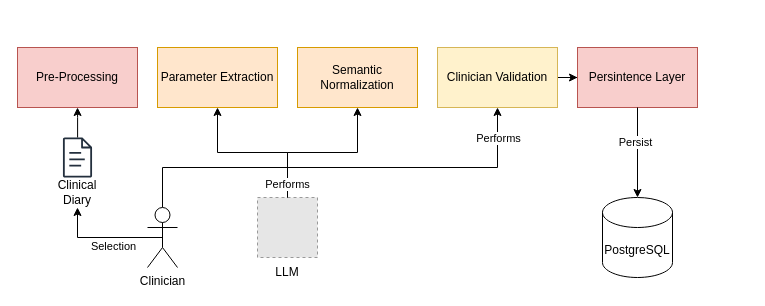
Above: page "Parameter Extraction workflow" (2 of 4) of Flowchart/Flux-doctor_AsIs-ToBe.drawio in McDoritos/Internship---DOCS (draw.io), before the change. Source tidied: cells renumbered, new cells numbered last; positions are measured from the earlier drawing's top-left corner, leaving out a move shared by most shapes. Both pictures are drawn from the tidied source at 100%, with x=0, y=0 at pixel (17, 47). Pictures stored in the file or linked from it are replaced by grey dashed boxes.
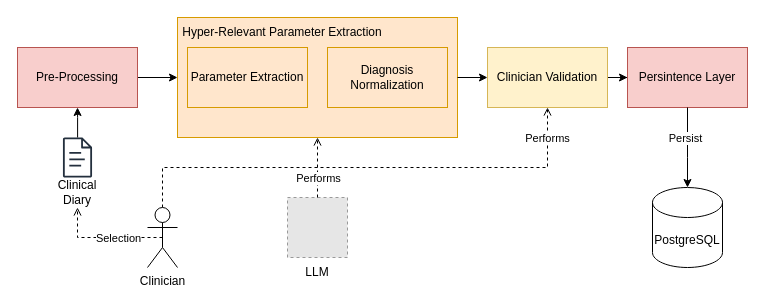
The same page after the edit.

The change refers to these unchanged cells:
```xml
<mxCell id="6" value="Clinician" style="shape=umlActor;verticalLabelPosition=bottom;verticalAlign=top;html=1;outlineConnect=0;" parent="1" vertex="1">
  <mxGeometry x="130" y="160" width="30" height="60" as="geometry" />
</mxCell>
<mxCell id="9" value="Clinical Diary" style="text;html=1;whiteSpace=wrap;strokeColor=none;fillColor=none;align=center;verticalAlign=middle;rounded=0;" parent="7" vertex="1">
  <mxGeometry y="40" width="60" height="30" as="geometry" />
</mxCell>
<mxCell id="10" value="Pre-Processing" style="rounded=0;whiteSpace=wrap;html=1;fillColor=#f8cecc;strokeColor=#b85450;" parent="1" vertex="1">
  <mxGeometry width="120" height="60" as="geometry" />
</mxCell>
<mxCell id="20" style="fillColor=#E6E6E6;strokeColor=#999999;dashed=1;verticalLabelPosition=bottom;labelBackgroundColor=default;verticalAlign=top;" parent="18" vertex="1">
  <mxGeometry width="60" height="60" as="geometry" />
</mxCell>
```

Change to the diagram source:
```diff
@@
-    <mxCell id="2" style="edgeStyle=orthogonalEdgeStyle;rounded=0;jettySize=auto;html=1;entryX=0.5;entryY=1;entryDx=0;entryDy=0;exitX=0.5;exitY=0.5;exitDx=0;exitDy=0;exitPerimeter=0;" parent="1" edge="1" source="6" target="9">
+    <mxCell id="2" style="edgeStyle=orthogonalEdgeStyle;rounded=0;jettySize=auto;html=1;entryX=0.5;entryY=1;entryDx=0;entryDy=0;exitX=0.5;exitY=0.5;exitDx=0;exitDy=0;exitPerimeter=0;dashed=1;endArrow=open;endFill=0;" parent="1" edge="1" source="6" target="9">
       <mxGeometry relative="1" as="geometry">
         <Array as="points">
           <mxPoint x="60" y="190" />
         </Array>
       </mxGeometry>
     </mxCell>
     <mxCell id="3" value="Selection" style="edgeLabel;html=1;align=center;verticalAlign=middle;" parent="2" vertex="1">
       <mxGeometry x="0.09" relative="1" as="geometry">
-        <mxPoint x="13" y="8" as="offset" />
+        <mxPoint x="18" as="offset" />
       </mxGeometry>
     </mxCell>
-    <mxCell id="4" style="edgeStyle=orthogonalEdgeStyle;rounded=0;jettySize=auto;html=1;entryX=0.5;entryY=1;entryDx=0;entryDy=0;" parent="1" edge="1" source="6" target="15">
+    <mxCell id="4" style="edgeStyle=orthogonalEdgeStyle;rounded=0;jettySize=auto;html=1;entryX=0.5;entryY=1;entryDx=0;entryDy=0;dashed=1;endArrow=open;endFill=0;" parent="1" edge="1" source="6" target="15">
       <mxGeometry relative="1" as="geometry">
         <Array as="points">
           <mxPoint x="145" y="120" />
-          <mxPoint x="480" y="120" />
+          <mxPoint x="530" y="120" />
         </Array>
       </mxGeometry>
     </mxCell>
     <mxCell id="5" value="Performs" style="edgeLabel;html=1;align=center;verticalAlign=middle;" parent="4" vertex="1">
       <mxGeometry x="-0.51" y="-2" relative="1" as="geometry">
-        <mxPoint x="268" y="-32" as="offset" />
+        <mxPoint x="305" y="-32" as="offset" />
       </mxGeometry>
     </mxCell>
@@
+    <mxCell id="26" style="edgeStyle=orthogonalEdgeStyle;rounded=0;jettySize=auto;html=1;entryX=0;entryY=0.5;entryDx=0;entryDy=0;" parent="1" edge="1" source="10" target="28">
+      <mxGeometry relative="1" as="geometry" />
+    </mxCell>
@@
-    <mxCell id="12" value="Parameter Extraction" style="rounded=0;whiteSpace=wrap;html=1;fillColor=#ffe6cc;strokeColor=#d79b00;" parent="1" vertex="1">
-      <mxGeometry x="140" width="120" height="60" as="geometry" />
-    </mxCell>
-    <mxCell id="13" value="Semantic Normalization" style="rounded=0;whiteSpace=wrap;html=1;fillColor=#ffe6cc;strokeColor=#d79b00;" parent="1" vertex="1">
-      <mxGeometry x="280" width="120" height="60" as="geometry" />
-    </mxCell>
@@
     <mxCell id="15" value="Clinician Validation" style="rounded=0;whiteSpace=wrap;html=1;fillColor=#fff2cc;strokeColor=#d6b656;" parent="1" vertex="1">
-      <mxGeometry x="420" width="120" height="60" as="geometry" />
+      <mxGeometry x="470" width="120" height="60" as="geometry" />
     </mxCell>
     <mxCell id="16" value="Persintence Layer" style="rounded=0;whiteSpace=wrap;html=1;fillColor=#f8cecc;strokeColor=#b85450;" parent="1" vertex="1">
-      <mxGeometry x="560" width="120" height="60" as="geometry" />
+      <mxGeometry x="610" width="120" height="60" as="geometry" />
     </mxCell>
     <mxCell id="17" value="PostgreSQL" style="shape=cylinder3;whiteSpace=wrap;html=1;boundedLbl=1;backgroundOutline=1;size=15;" parent="1" vertex="1">
-      <mxGeometry x="585" y="150" width="70" height="80" as="geometry" />
+      <mxGeometry x="635" y="140" width="70" height="80" as="geometry" />
     </mxCell>
     <mxCell id="18" style="group;" parent="1" vertex="1">
-      <mxGeometry x="240" y="150" width="60" height="90" as="geometry" />
+      <mxGeometry x="270" y="150" width="60" height="90" as="geometry" />
     </mxCell>
@@
-    <mxCell id="21" style="edgeStyle=orthogonalEdgeStyle;rounded=0;jettySize=auto;html=1;entryX=0.5;entryY=1;entryDx=0;entryDy=0;" parent="1" edge="1" source="20" target="13">
-      <mxGeometry relative="1" as="geometry" />
-    </mxCell>
-    <mxCell id="22" style="edgeStyle=orthogonalEdgeStyle;rounded=0;jettySize=auto;html=1;entryX=0.5;entryY=1;entryDx=0;entryDy=0;" parent="1" edge="1" source="20" target="12">
+    <mxCell id="22" style="edgeStyle=orthogonalEdgeStyle;rounded=0;jettySize=auto;html=1;entryX=0.5;entryY=1;entryDx=0;entryDy=0;dashed=1;endArrow=open;endFill=0;" parent="1" edge="1" source="20" target="28">
       <mxGeometry relative="1" as="geometry" />
     </mxCell>
     <mxCell id="23" value="Performs" style="edgeLabel;html=1;align=center;verticalAlign=middle;" parent="22" vertex="1">
-      <mxGeometry x="-0.82" y="1" relative="1" as="geometry" />
+      <mxGeometry x="-0.82" y="1" relative="1" as="geometry">
+        <mxPoint x="1" y="-15" as="offset" />
+      </mxGeometry>
     </mxCell>
     <mxCell id="24" style="edgeStyle=orthogonalEdgeStyle;rounded=0;jettySize=auto;html=1;entryX=0.5;entryY=0;entryDx=0;entryDy=0;entryPerimeter=0;" parent="1" edge="1" source="16" target="17">
-      <mxGeometry relative="1" as="geometry" />
+      <mxGeometry relative="1" as="geometry">
+        <Array as="points">
+          <mxPoint x="670" y="110" />
+          <mxPoint x="670" y="110" />
+        </Array>
+      </mxGeometry>
     </mxCell>
@@
+    <mxCell id="27" style="group;" parent="1" vertex="1">
+      <mxGeometry x="160" y="-30" width="280" height="120" as="geometry" />
+    </mxCell>
+    <mxCell id="28" style="rounded=0;whiteSpace=wrap;html=1;fillColor=#ffe6cc;strokeColor=#d79b00;shadow=0;" parent="27" vertex="1">
+      <mxGeometry width="280" height="120" as="geometry" />
+    </mxCell>
+    <mxCell id="12" value="Parameter Extraction" style="rounded=0;whiteSpace=wrap;html=1;fillColor=#ffe6cc;strokeColor=#d79b00;" parent="27" vertex="1">
+      <mxGeometry x="10" y="30" width="120" height="60" as="geometry" />
+    </mxCell>
+    <mxCell id="13" value="Diagnosis Normalization" style="rounded=0;whiteSpace=wrap;html=1;fillColor=#ffe6cc;strokeColor=#d79b00;" parent="27" vertex="1">
+      <mxGeometry x="150" y="30" width="120" height="60" as="geometry" />
+    </mxCell>
+    <mxCell id="29" value="Hyper-Relevant Parameter Extraction" style="text;html=1;whiteSpace=wrap;strokeColor=none;fillColor=none;align=center;verticalAlign=middle;rounded=0;" parent="27" vertex="1">
+      <mxGeometry width="210" height="30" as="geometry" />
+    </mxCell>
+    <mxCell id="30" style="edgeStyle=orthogonalEdgeStyle;rounded=0;jettySize=auto;html=1;entryX=0;entryY=0.5;entryDx=0;entryDy=0;" parent="1" edge="1" source="28" target="15">
+      <mxGeometry relative="1" as="geometry" />
+    </mxCell>
```
